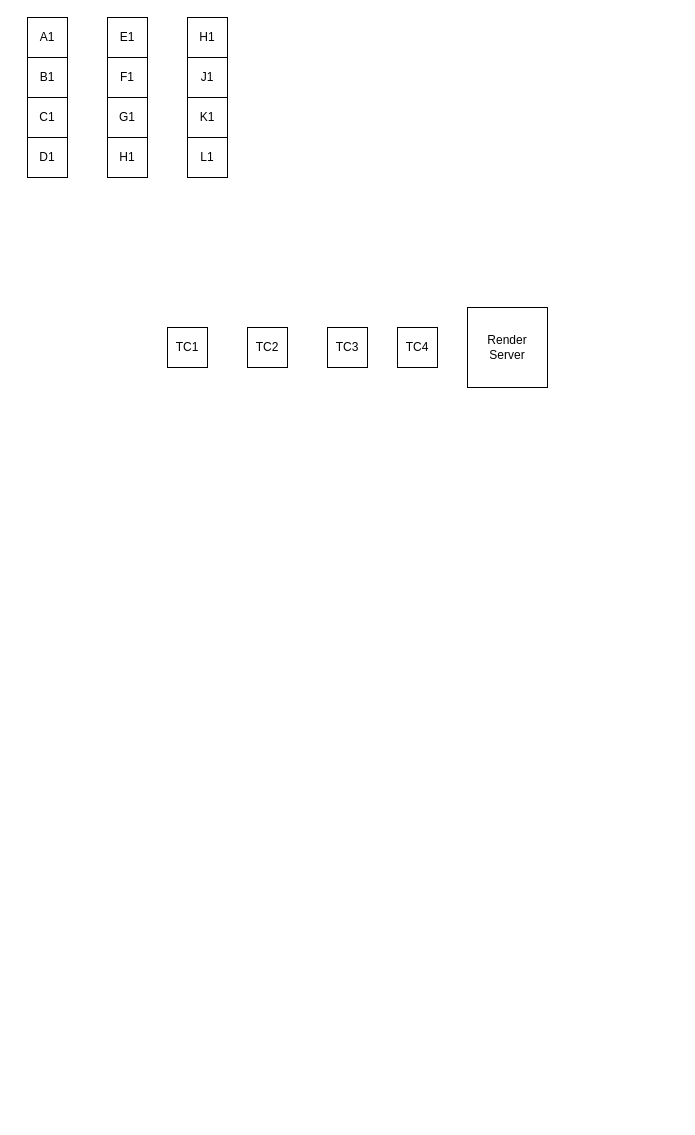
Above: Untitled Diagram.drawio in Lottabins/docker-ffmpeg (draw.io), before the change. Source tidied: cells renumbered, new cells numbered last; positions are measured from the earlier drawing's top-left corner, leaving out a move shared by most shapes. Both pictures are drawn from the tidied source at 100%, with x=0, y=0 at pixel (27, 17).
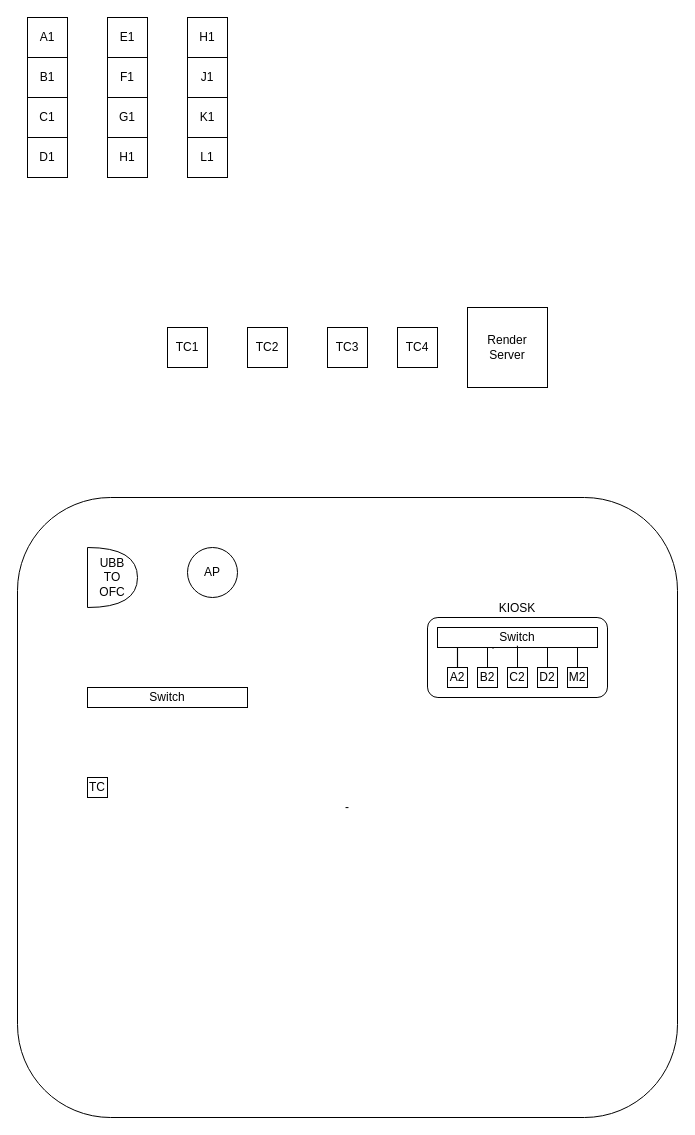
The same diagram, later.

The edit, as a diff of the source:
```diff
@@
+    <mxCell id="19" value="-" style="rounded=1;whiteSpace=wrap;html=1;" parent="1" vertex="1">
+      <mxGeometry x="-10" y="480" width="660" height="620" as="geometry" />
+    </mxCell>
@@
+    <mxCell id="20" value="Switch" style="rounded=0;whiteSpace=wrap;html=1;" parent="1" vertex="1">
+      <mxGeometry x="60" y="670" width="160" height="20" as="geometry" />
+    </mxCell>
+    <mxCell id="21" value="UBB&lt;br&gt;TO&lt;div&gt;OFC&lt;/div&gt;" style="shape=or;whiteSpace=wrap;html=1;" parent="1" vertex="1">
+      <mxGeometry x="60" y="530" width="50" height="60" as="geometry" />
+    </mxCell>
+    <mxCell id="22" value="AP" style="ellipse;whiteSpace=wrap;html=1;" parent="1" vertex="1">
+      <mxGeometry x="160" y="530" width="50" height="50" as="geometry" />
+    </mxCell>
+    <mxCell id="23" style="group;" parent="1" vertex="1">
+      <mxGeometry x="400" y="600" width="180" height="80" as="geometry" />
+    </mxCell>
+    <mxCell id="24" value="KIOSK" style="rounded=1;whiteSpace=wrap;html=1;arcSize=13;verticalAlign=bottom;labelPosition=center;verticalLabelPosition=top;align=center;" parent="23" vertex="1">
+      <mxGeometry width="180" height="80" as="geometry" />
+    </mxCell>
+    <mxCell id="25" value="Switch" style="rounded=0;whiteSpace=wrap;html=1;" parent="23" vertex="1">
+      <mxGeometry x="10" y="10" width="160" height="20" as="geometry" />
+    </mxCell>
+    <mxCell id="26" style="group;" parent="23" vertex="1">
+      <mxGeometry x="20" y="50" width="140" height="20" as="geometry" />
+    </mxCell>
+    <mxCell id="27" value="A2" style="whiteSpace=wrap;html=1;" parent="26" vertex="1">
+      <mxGeometry width="20" height="20" as="geometry" />
+    </mxCell>
+    <mxCell id="28" value="B2" style="whiteSpace=wrap;html=1;" parent="26" vertex="1">
+      <mxGeometry x="30" width="20" height="20" as="geometry" />
+    </mxCell>
+    <mxCell id="29" value="D2" style="whiteSpace=wrap;html=1;" parent="26" vertex="1">
+      <mxGeometry x="90" width="20" height="20" as="geometry" />
+    </mxCell>
+    <mxCell id="30" value="M2" style="whiteSpace=wrap;html=1;" parent="26" vertex="1">
+      <mxGeometry x="120" width="20" height="20" as="geometry" />
+    </mxCell>
+    <mxCell id="31" value="C2" style="whiteSpace=wrap;html=1;" parent="26" vertex="1">
+      <mxGeometry x="60" width="20" height="20" as="geometry" />
+    </mxCell>
+    <mxCell id="32" style="rounded=1;jettySize=auto;html=1;entryX=0.125;entryY=1;entryDx=0;entryDy=0;entryPerimeter=0;endArrow=classic;endFill=1;elbow=vertical;strokeColor=default;strokeWidth=1;shape=link;width=0.14925373134328268;" parent="23" edge="1" source="27" target="25">
+      <mxGeometry relative="1" as="geometry" />
+    </mxCell>
+    <mxCell id="33" style="edgeStyle=orthogonalEdgeStyle;rounded=0;jettySize=auto;html=1;entryX=0.364;entryY=0.391;entryDx=0;entryDy=0;entryPerimeter=0;fontFamily=Helvetica;fontSize=12;fontColor=default;endArrow=none;endFill=0;" parent="23" edge="1" source="28" target="24">
+      <mxGeometry relative="1" as="geometry" />
+    </mxCell>
+    <mxCell id="34" style="edgeStyle=orthogonalEdgeStyle;shape=connector;rounded=0;jettySize=auto;html=1;strokeColor=default;align=center;verticalAlign=middle;fontFamily=Helvetica;fontSize=12;fontColor=default;labelBackgroundColor=default;endArrow=none;endFill=0;" parent="23" edge="1" source="29" target="25">
+      <mxGeometry relative="1" as="geometry" />
+    </mxCell>
+    <mxCell id="35" style="edgeStyle=orthogonalEdgeStyle;shape=connector;rounded=0;jettySize=auto;html=1;entryX=0.875;entryY=0.999;entryDx=0;entryDy=0;entryPerimeter=0;strokeColor=default;align=center;verticalAlign=middle;fontFamily=Helvetica;fontSize=12;fontColor=default;labelBackgroundColor=default;endArrow=none;endFill=0;" parent="23" edge="1" source="30" target="25">
+      <mxGeometry relative="1" as="geometry" />
+    </mxCell>
+    <mxCell id="36" style="edgeStyle=orthogonalEdgeStyle;shape=connector;rounded=0;jettySize=auto;html=1;entryX=0.499;entryY=0.909;entryDx=0;entryDy=0;entryPerimeter=0;strokeColor=default;align=center;verticalAlign=middle;fontFamily=Helvetica;fontSize=12;fontColor=default;labelBackgroundColor=default;endArrow=none;endFill=0;" parent="23" edge="1" source="31" target="25">
+      <mxGeometry relative="1" as="geometry" />
+    </mxCell>
+    <mxCell id="37" value="TC" style="whiteSpace=wrap;html=1;" parent="1" vertex="1">
+      <mxGeometry x="60" y="760" width="20" height="20" as="geometry" />
+    </mxCell>
```
